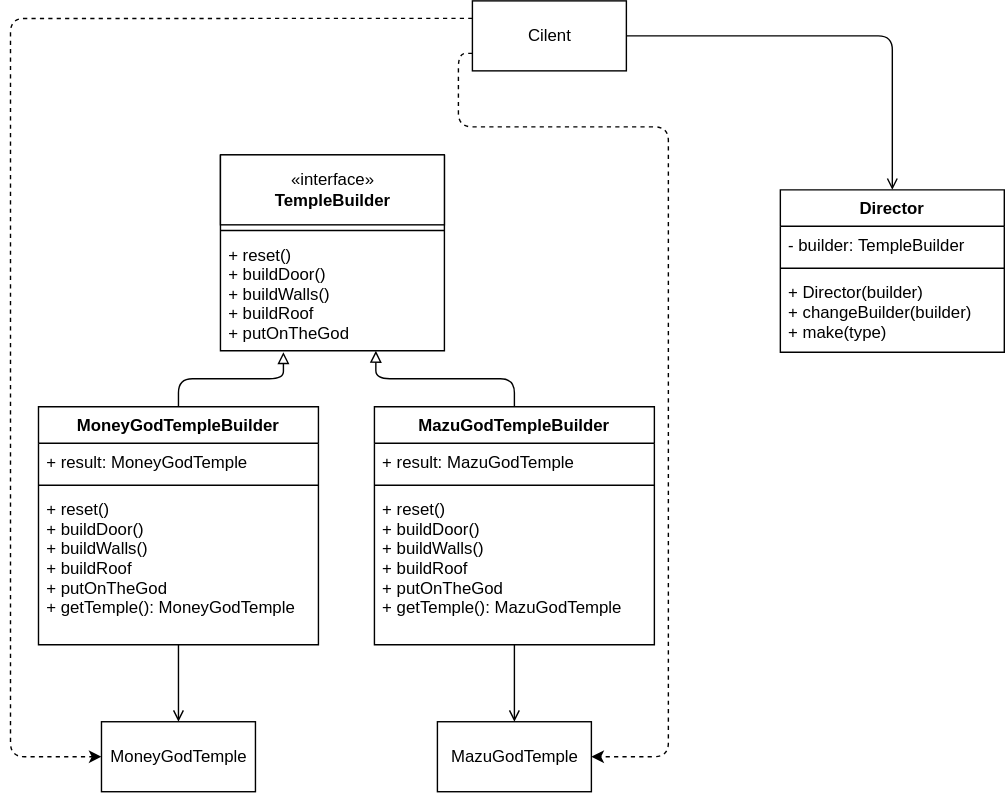
Before: Builder/uml/Builder.svg, a diagram exported from draw.io (champchun/Design_Pattern). Source tidied: cells renumbered, new cells last; positions are measured from the earlier drawing's top-left corner, leaving out a move shared by most shapes. Its diagram source:
```xml
<mxGraphModel>
  <root>
    <mxCell id="0" />
    <mxCell id="1" parent="0" />
    <mxCell id="2" value="Classname" style="swimlane;fontStyle=1;align=center;verticalAlign=top;horizontal=1;startSize=0;" parent="1" vertex="1">
      <mxGeometry x="150" y="110" width="160" height="140" as="geometry" />
    </mxCell>
    <mxCell id="3" value="«interface»&lt;br&gt;&lt;b&gt;TempleBuilder&lt;/b&gt;" style="html=1;" parent="2" vertex="1">
      <mxGeometry width="160" height="50" as="geometry" />
    </mxCell>
    <mxCell id="4" style="line;strokeWidth=1;fillColor=none;align=left;verticalAlign=middle;spacingTop=-1;spacingLeft=3;spacingRight=3;labelPosition=right;" parent="2" vertex="1">
      <mxGeometry y="50" width="160" height="8" as="geometry" />
    </mxCell>
    <mxCell id="5" value="+ reset()&#10;+ buildDoor()&#10;+ buildWalls()&#10;+ buildRoof&#10;+ putOnTheGod" style="text;strokeColor=none;fillColor=none;align=left;verticalAlign=top;spacingLeft=4;spacingRight=4;overflow=hidden;points=[[0,0.5],[1,0.5]];portConstraint=eastwest;" parent="2" vertex="1">
      <mxGeometry y="58" width="160" height="82" as="geometry" />
    </mxCell>
    <mxCell id="6" style="edgeStyle=orthogonalEdgeStyle;rounded=1;jettySize=auto;html=1;entryX=0.281;entryY=1.012;entryDx=0;entryDy=0;entryPerimeter=0;endArrow=block;endFill=0;" parent="1" edge="1" source="8" target="5">
      <mxGeometry relative="1" as="geometry" />
    </mxCell>
    <mxCell id="7" style="edgeStyle=orthogonalEdgeStyle;rounded=0;jettySize=auto;html=1;endArrow=open;endFill=0;" parent="1" edge="1" source="8" target="18">
      <mxGeometry relative="1" as="geometry" />
    </mxCell>
    <mxCell id="8" value="MoneyGodTempleBuilder" style="swimlane;fontStyle=1;align=center;verticalAlign=top;horizontal=1;startSize=26;" parent="1" vertex="1">
      <mxGeometry x="20" y="290" width="200" height="170" as="geometry" />
    </mxCell>
    <mxCell id="9" value="+ result: MoneyGodTemple" style="text;strokeColor=none;fillColor=none;align=left;verticalAlign=top;spacingLeft=4;spacingRight=4;overflow=hidden;" parent="8" vertex="1">
      <mxGeometry y="26" width="200" height="26" as="geometry" />
    </mxCell>
    <mxCell id="10" style="line;strokeWidth=1;fillColor=none;align=left;verticalAlign=middle;spacingTop=-1;spacingLeft=3;spacingRight=3;labelPosition=right;" parent="8" vertex="1">
      <mxGeometry y="52" width="200" height="8" as="geometry" />
    </mxCell>
    <mxCell id="11" value="+ reset()&#10;+ buildDoor()&#10;+ buildWalls()&#10;+ buildRoof&#10;+ putOnTheGod&#10;+ getTemple(): MoneyGodTemple" style="text;strokeColor=none;fillColor=none;align=left;verticalAlign=top;spacingLeft=4;spacingRight=4;overflow=hidden;" parent="8" vertex="1">
      <mxGeometry y="60" width="200" height="110" as="geometry" />
    </mxCell>
    <mxCell id="12" style="edgeStyle=orthogonalEdgeStyle;rounded=1;jettySize=auto;html=1;entryX=0.694;entryY=1;entryDx=0;entryDy=0;entryPerimeter=0;endArrow=block;endFill=0;" parent="1" edge="1" source="14" target="5">
      <mxGeometry relative="1" as="geometry" />
    </mxCell>
    <mxCell id="13" style="edgeStyle=orthogonalEdgeStyle;rounded=0;jettySize=auto;html=1;endArrow=open;endFill=0;" parent="1" edge="1" source="14" target="19">
      <mxGeometry relative="1" as="geometry" />
    </mxCell>
    <mxCell id="14" value="MazuGodTempleBuilder" style="swimlane;fontStyle=1;align=center;verticalAlign=top;horizontal=1;startSize=26;" parent="1" vertex="1">
      <mxGeometry x="260" y="290" width="200" height="170" as="geometry" />
    </mxCell>
    <mxCell id="15" value="+ result: MazuGodTemple" style="text;strokeColor=none;fillColor=none;align=left;verticalAlign=top;spacingLeft=4;spacingRight=4;overflow=hidden;" parent="14" vertex="1">
      <mxGeometry y="26" width="200" height="26" as="geometry" />
    </mxCell>
    <mxCell id="16" style="line;strokeWidth=1;fillColor=none;align=left;verticalAlign=middle;spacingTop=-1;spacingLeft=3;spacingRight=3;labelPosition=right;" parent="14" vertex="1">
      <mxGeometry y="52" width="200" height="8" as="geometry" />
    </mxCell>
    <mxCell id="17" value="+ reset()&#10;+ buildDoor()&#10;+ buildWalls()&#10;+ buildRoof&#10;+ putOnTheGod&#10;+ getTemple(): MazuGodTemple" style="text;strokeColor=none;fillColor=none;align=left;verticalAlign=top;spacingLeft=4;spacingRight=4;overflow=hidden;" parent="14" vertex="1">
      <mxGeometry y="60" width="200" height="110" as="geometry" />
    </mxCell>
    <mxCell id="18" value="&lt;span style=&quot;text-align: left&quot;&gt;MoneyGodTemple&lt;/span&gt;" style="html=1;" parent="1" vertex="1">
      <mxGeometry x="65" y="515" width="110" height="50" as="geometry" />
    </mxCell>
    <mxCell id="19" value="&lt;span style=&quot;text-align: left&quot;&gt;MazuGodTemple&lt;/span&gt;" style="html=1;" parent="1" vertex="1">
      <mxGeometry x="305" y="515" width="110" height="50" as="geometry" />
    </mxCell>
    <mxCell id="20" style="edgeStyle=orthogonalEdgeStyle;rounded=1;jettySize=auto;html=1;exitX=1;exitY=0.5;exitDx=0;exitDy=0;entryX=0.5;entryY=0;entryDx=0;entryDy=0;endArrow=open;endFill=0;" parent="1" edge="1" source="23" target="24">
      <mxGeometry relative="1" as="geometry" />
    </mxCell>
    <mxCell id="21" style="edgeStyle=orthogonalEdgeStyle;html=1;exitX=0;exitY=0.25;exitDx=0;exitDy=0;entryX=0;entryY=0.5;entryDx=0;entryDy=0;dashed=1;" parent="1" edge="1" source="23" target="18">
      <mxGeometry relative="1" as="geometry">
        <Array as="points">
          <mxPoint y="13" />
          <mxPoint y="540" />
        </Array>
      </mxGeometry>
    </mxCell>
    <mxCell id="22" style="edgeStyle=orthogonalEdgeStyle;rounded=1;html=1;exitX=0;exitY=0.75;exitDx=0;exitDy=0;entryX=1;entryY=0.5;entryDx=0;entryDy=0;dashed=1;" parent="1" edge="1" source="23" target="19">
      <mxGeometry relative="1" as="geometry">
        <Array as="points">
          <mxPoint x="320" y="37" />
          <mxPoint x="320" y="90" />
          <mxPoint x="470" y="90" />
          <mxPoint x="470" y="540" />
        </Array>
      </mxGeometry>
    </mxCell>
    <mxCell id="23" value="Cilent" style="html=1;" parent="1" vertex="1">
      <mxGeometry x="330" width="110" height="50" as="geometry" />
    </mxCell>
    <mxCell id="24" value="Director" style="swimlane;fontStyle=1;align=center;verticalAlign=top;horizontal=1;startSize=26;" parent="1" vertex="1">
      <mxGeometry x="550" y="135" width="160" height="116" as="geometry" />
    </mxCell>
    <mxCell id="25" value="- builder: TempleBuilder" style="text;strokeColor=none;fillColor=none;align=left;verticalAlign=top;spacingLeft=4;spacingRight=4;overflow=hidden;" parent="24" vertex="1">
      <mxGeometry y="26" width="160" height="26" as="geometry" />
    </mxCell>
    <mxCell id="26" style="line;strokeWidth=1;fillColor=none;align=left;verticalAlign=middle;spacingTop=-1;spacingLeft=3;spacingRight=3;labelPosition=right;" parent="24" vertex="1">
      <mxGeometry y="52" width="160" height="8" as="geometry" />
    </mxCell>
    <mxCell id="27" value="+ Director(builder)&#10;+ changeBuilder(builder)&#10;+ make(type)" style="text;strokeColor=none;fillColor=none;align=left;verticalAlign=top;spacingLeft=4;spacingRight=4;overflow=hidden;" parent="24" vertex="1">
      <mxGeometry y="60" width="160" height="56" as="geometry" />
    </mxCell>
  </root>
</mxGraphModel>
```
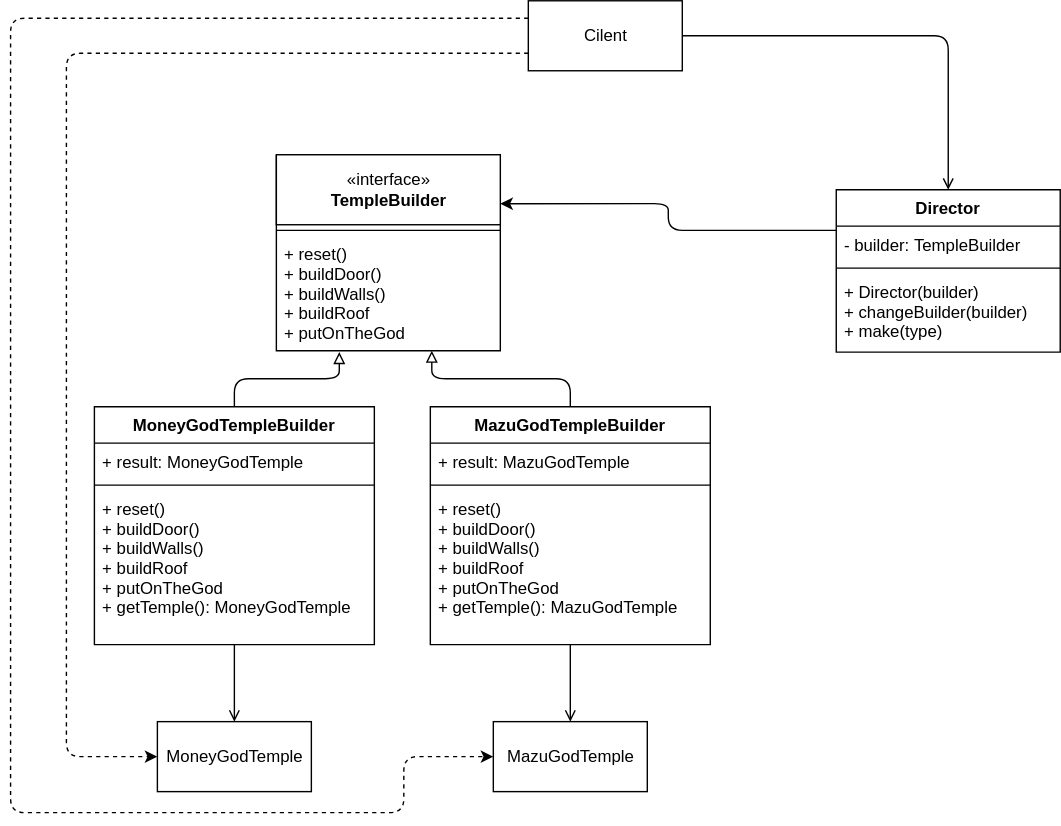
After the change.

Change to the diagram source:
```diff
@@ -59,27 +59,30 @@
     <mxCell id="20" style="edgeStyle=orthogonalEdgeStyle;rounded=1;jettySize=auto;html=1;exitX=1;exitY=0.5;exitDx=0;exitDy=0;entryX=0.5;entryY=0;entryDx=0;entryDy=0;endArrow=open;endFill=0;" parent="1" edge="1" source="23" target="24">
       <mxGeometry relative="1" as="geometry" />
     </mxCell>
-    <mxCell id="21" style="edgeStyle=orthogonalEdgeStyle;html=1;exitX=0;exitY=0.25;exitDx=0;exitDy=0;entryX=0;entryY=0.5;entryDx=0;entryDy=0;dashed=1;" parent="1" edge="1" source="23" target="18">
+    <mxCell id="21" style="edgeStyle=orthogonalEdgeStyle;html=1;entryX=0;entryY=0.5;entryDx=0;entryDy=0;dashed=1;exitX=0;exitY=0.75;exitDx=0;exitDy=0;" parent="1" edge="1" source="23" target="18">
       <mxGeometry relative="1" as="geometry">
         <Array as="points">
-          <mxPoint y="13" />
+          <mxPoint y="38" />
           <mxPoint y="540" />
         </Array>
       </mxGeometry>
     </mxCell>
-    <mxCell id="22" style="edgeStyle=orthogonalEdgeStyle;rounded=1;html=1;exitX=0;exitY=0.75;exitDx=0;exitDy=0;entryX=1;entryY=0.5;entryDx=0;entryDy=0;dashed=1;" parent="1" edge="1" source="23" target="19">
+    <mxCell id="22" style="edgeStyle=orthogonalEdgeStyle;rounded=1;html=1;exitX=0;exitY=0.25;exitDx=0;exitDy=0;dashed=1;entryX=0;entryY=0.5;entryDx=0;entryDy=0;" parent="1" edge="1" source="23" target="19">
       <mxGeometry relative="1" as="geometry">
         <Array as="points">
-          <mxPoint x="320" y="37" />
-          <mxPoint x="320" y="90" />
-          <mxPoint x="470" y="90" />
-          <mxPoint x="470" y="540" />
+          <mxPoint x="-39.9" y="12" />
+          <mxPoint x="-39.9" y="580" />
+          <mxPoint x="241.1" y="580" />
+          <mxPoint x="241.1" y="540" />
         </Array>
       </mxGeometry>
     </mxCell>
     <mxCell id="23" value="Cilent" style="html=1;" parent="1" vertex="1">
       <mxGeometry x="330" width="110" height="50" as="geometry" />
     </mxCell>
+    <mxCell id="28" style="edgeStyle=orthogonalEdgeStyle;rounded=1;html=1;exitX=0;exitY=0.25;exitDx=0;exitDy=0;entryX=1;entryY=0.25;entryDx=0;entryDy=0;" parent="1" edge="1" source="24" target="2">
+      <mxGeometry relative="1" as="geometry" />
+    </mxCell>
     <mxCell id="24" value="Director" style="swimlane;fontStyle=1;align=center;verticalAlign=top;horizontal=1;startSize=26;" parent="1" vertex="1">
       <mxGeometry x="550" y="135" width="160" height="116" as="geometry" />
     </mxCell>
```
